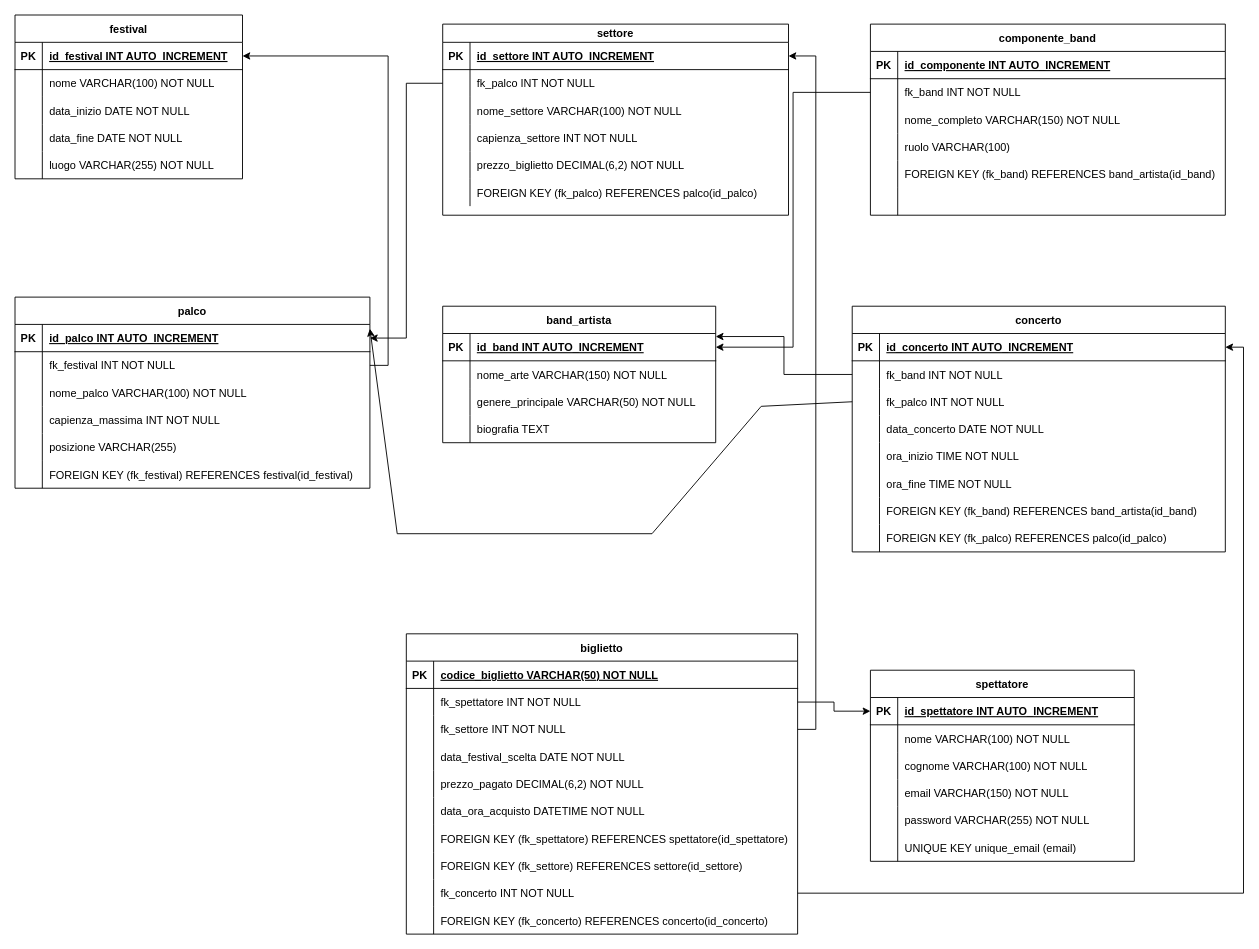
Before: page "Diagramma_Logico" (2 of 2) of doc/Analisi/Diagramma_Logico_MusicDB.drawio in SuperMauro1966/Statistiche-Artisti, a draw.io diagram. Source tidied: cells renumbered, new cells numbered last; positions are measured from the earlier drawing's top-left corner, leaving out a move shared by most shapes. Both pictures are drawn from the tidied source at 91%, with x=0, y=0 at pixel (15, 15).
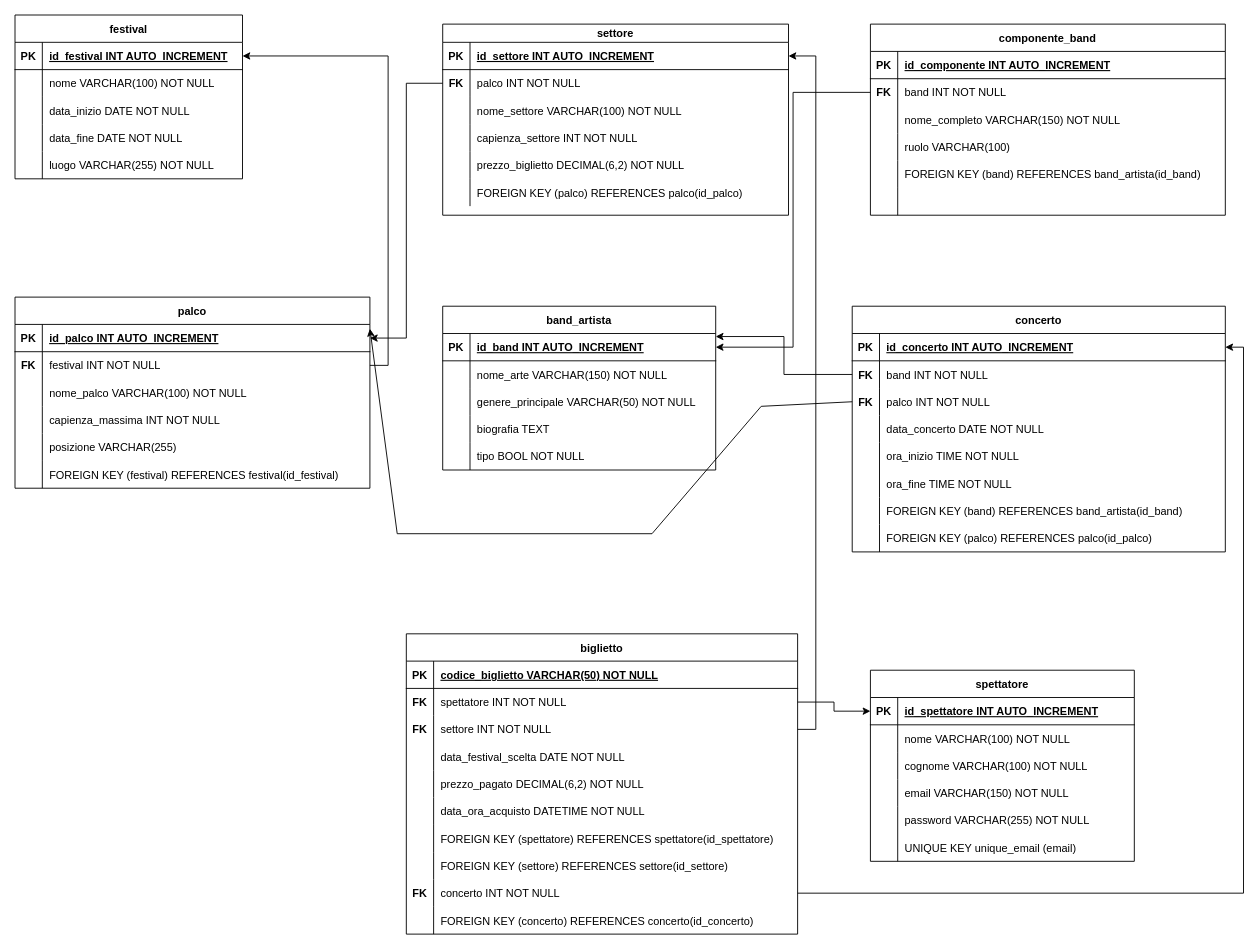
The same page after the edit.

Commit message:
Aggiornamento Diagramma

The change refers to these unchanged cells:
```xml
<mxCell id="22" style="shape=tableRow;horizontal=0;startSize=0;swimlaneHead=0;swimlaneBody=0;fillColor=none;points=[[0,0.5],[1,0.5]];portConstraint=eastwest;strokeColor=inherit;top=0;left=0;right=0;bottom=0;" parent="18" vertex="1">
  <mxGeometry y="60" width="390" height="30" as="geometry" />
</mxCell>
<mxCell id="34" style="shape=tableRow;horizontal=0;startSize=0;swimlaneHead=0;swimlaneBody=0;fillColor=none;strokeColor=inherit;top=0;left=0;right=0;bottom=0;" parent="18" vertex="1">
  <mxGeometry y="180" width="390" height="30" as="geometry" />
</mxCell>
<mxCell id="41" style="shape=tableRow;horizontal=0;startSize=0;swimlaneHead=0;swimlaneBody=0;fillColor=none;points=[[0,0.5],[1,0.5]];portConstraint=eastwest;strokeColor=inherit;top=0;left=0;right=0;bottom=0;" parent="37" vertex="1">
  <mxGeometry y="50" width="380" height="30" as="geometry" />
</mxCell>
<mxCell id="53" style="shape=tableRow;horizontal=0;startSize=0;swimlaneHead=0;swimlaneBody=0;fillColor=none;strokeColor=inherit;top=0;left=0;right=0;bottom=0;" parent="37" vertex="1">
  <mxGeometry y="170" width="380" height="30" as="geometry" />
</mxCell>
<mxCell id="73" style="shape=tableRow;horizontal=0;startSize=0;swimlaneHead=0;swimlaneBody=0;fillColor=none;points=[[0,0.5],[1,0.5]];portConstraint=eastwest;strokeColor=inherit;top=0;left=0;right=0;bottom=0;" parent="69" vertex="1">
  <mxGeometry y="60" width="390" height="30" as="geometry" />
</mxCell>
<mxCell id="82" style="shape=tableRow;horizontal=0;startSize=0;swimlaneHead=0;swimlaneBody=0;fillColor=none;strokeColor=inherit;top=0;left=0;right=0;bottom=0;" parent="69" vertex="1">
  <mxGeometry y="150" width="390" height="30" as="geometry" />
</mxCell>
<mxCell id="92" style="shape=tableRow;horizontal=0;startSize=0;swimlaneHead=0;swimlaneBody=0;fillColor=none;points=[[0,0.5],[1,0.5]];portConstraint=eastwest;strokeColor=inherit;top=0;left=0;right=0;bottom=0;" parent="88" vertex="1">
  <mxGeometry y="60" width="410" height="30" as="geometry" />
</mxCell>
<mxCell id="95" style="shape=tableRow;horizontal=0;startSize=0;swimlaneHead=0;swimlaneBody=0;fillColor=none;points=[[0,0.5],[1,0.5]];portConstraint=eastwest;strokeColor=inherit;top=0;left=0;right=0;bottom=0;" parent="88" vertex="1">
  <mxGeometry y="90" width="410" height="30" as="geometry" />
</mxCell>
<mxCell id="107" style="shape=tableRow;horizontal=0;startSize=0;swimlaneHead=0;swimlaneBody=0;fillColor=none;strokeColor=inherit;top=0;left=0;right=0;bottom=0;" parent="88" vertex="1">
  <mxGeometry y="210" width="410" height="30" as="geometry" />
</mxCell>
<mxCell id="110" style="shape=tableRow;horizontal=0;startSize=0;swimlaneHead=0;swimlaneBody=0;fillColor=none;strokeColor=inherit;top=0;left=0;right=0;bottom=0;" parent="88" vertex="1">
  <mxGeometry y="240" width="410" height="30" as="geometry" />
</mxCell>
<mxCell id="136" style="shape=tableRow;horizontal=0;startSize=0;swimlaneHead=0;swimlaneBody=0;fillColor=none;points=[[0,0.5],[1,0.5]];portConstraint=eastwest;strokeColor=inherit;top=0;left=0;right=0;bottom=0;" parent="132" vertex="1">
  <mxGeometry y="60" width="430" height="30" as="geometry" />
</mxCell>
<mxCell id="139" style="shape=tableRow;horizontal=0;startSize=0;swimlaneHead=0;swimlaneBody=0;fillColor=none;points=[[0,0.5],[1,0.5]];portConstraint=eastwest;strokeColor=inherit;top=0;left=0;right=0;bottom=0;" parent="132" vertex="1">
  <mxGeometry y="90" width="430" height="30" as="geometry" />
</mxCell>
<mxCell id="151" style="shape=tableRow;horizontal=0;startSize=0;swimlaneHead=0;swimlaneBody=0;fillColor=none;strokeColor=inherit;top=0;left=0;right=0;bottom=0;" parent="132" vertex="1">
  <mxGeometry y="210" width="430" height="30" as="geometry" />
</mxCell>
<mxCell id="154" style="shape=tableRow;horizontal=0;startSize=0;swimlaneHead=0;swimlaneBody=0;fillColor=none;strokeColor=inherit;top=0;left=0;right=0;bottom=0;" parent="132" vertex="1">
  <mxGeometry y="240" width="430" height="30" as="geometry" />
</mxCell>
<mxCell id="157" style="shape=tableRow;horizontal=0;startSize=0;swimlaneHead=0;swimlaneBody=0;fillColor=none;points=[[0,0.5],[1,0.5]];portConstraint=eastwest;top=0;left=0;right=0;bottom=0;" parent="132" vertex="1">
  <mxGeometry y="270" width="430" height="30" as="geometry" />
</mxCell>
<mxCell id="160" style="shape=tableRow;horizontal=0;startSize=0;swimlaneHead=0;swimlaneBody=0;fillColor=none;top=0;left=0;right=0;bottom=0;" parent="132" vertex="1">
  <mxGeometry y="300" width="430" height="30" as="geometry" />
</mxCell>
```

Change to the diagram source:
```diff
@@
-    <mxCell id="24" value="fk_festival INT NOT NULL" style="shape=partialRectangle;overflow=hidden;fillColor=none;align=left;strokeColor=inherit;top=0;left=0;bottom=0;right=0;spacingLeft=6;" parent="22" vertex="1">
+    <mxCell id="24" value="festival INT NOT NULL" style="shape=partialRectangle;overflow=hidden;fillColor=none;align=left;strokeColor=inherit;top=0;left=0;bottom=0;right=0;spacingLeft=6;" parent="22" vertex="1">
       <mxGeometry x="30" width="360" height="30" as="geometry" />
     </mxCell>
@@
-    <mxCell id="36" value="FOREIGN KEY (fk_festival) REFERENCES festival(id_festival)" style="shape=partialRectangle;overflow=hidden;fillColor=none;align=left;strokeColor=inherit;top=0;left=0;bottom=0;right=0;spacingLeft=6;" parent="34" vertex="1">
+    <mxCell id="36" value="FOREIGN KEY (festival) REFERENCES festival(id_festival)" style="shape=partialRectangle;overflow=hidden;fillColor=none;align=left;strokeColor=inherit;top=0;left=0;bottom=0;right=0;spacingLeft=6;" parent="34" vertex="1">
       <mxGeometry x="30" width="360" height="30" as="geometry" />
     </mxCell>
@@
-    <mxCell id="43" value="fk_palco INT NOT NULL" style="shape=partialRectangle;overflow=hidden;fillColor=none;align=left;strokeColor=inherit;top=0;left=0;bottom=0;right=0;spacingLeft=6;" parent="41" vertex="1">
+    <mxCell id="43" value="palco INT NOT NULL" style="shape=partialRectangle;overflow=hidden;fillColor=none;align=left;strokeColor=inherit;top=0;left=0;bottom=0;right=0;spacingLeft=6;" parent="41" vertex="1">
       <mxGeometry x="30" width="350" height="30" as="geometry" />
     </mxCell>
@@
-    <mxCell id="55" value="FOREIGN KEY (fk_palco) REFERENCES palco(id_palco)" style="shape=partialRectangle;overflow=hidden;fillColor=none;align=left;strokeColor=inherit;top=0;left=0;bottom=0;right=0;spacingLeft=6;" parent="53" vertex="1">
+    <mxCell id="55" value="FOREIGN KEY (palco) REFERENCES palco(id_palco)" style="shape=partialRectangle;overflow=hidden;fillColor=none;align=left;strokeColor=inherit;top=0;left=0;bottom=0;right=0;spacingLeft=6;" parent="53" vertex="1">
       <mxGeometry x="30" width="350" height="30" as="geometry" />
     </mxCell>
     <mxCell id="56" value="band_artista" style="shape=table;startSize=30;childLayout=tableLayout;rowLines=0;fontStyle=1;align=center;" parent="1" vertex="1">
-      <mxGeometry x="470" y="320" width="300" height="150" as="geometry" />
+      <mxGeometry x="470" y="320" width="300" height="180" as="geometry" />
     </mxCell>
@@
+    <mxCell id="171" style="shape=tableRow;horizontal=0;startSize=0;swimlaneHead=0;swimlaneBody=0;fillColor=none;top=0;left=0;right=0;bottom=0;" parent="56" vertex="1">
+      <mxGeometry y="150" width="300" height="30" as="geometry" />
+    </mxCell>
+    <mxCell id="172" style="shape=partialRectangle;fillColor=none;top=0;left=0;bottom=0;right=0;overflow=hidden;" parent="171" vertex="1">
+      <mxGeometry width="30" height="30" as="geometry" />
+    </mxCell>
+    <mxCell id="173" value="tipo BOOL NOT NULL" style="shape=partialRectangle;fillColor=none;top=0;left=0;bottom=0;right=0;align=left;spacingLeft=6;overflow=hidden;" parent="171" vertex="1">
+      <mxGeometry x="30" width="270" height="30" as="geometry" />
+    </mxCell>
@@
-    <mxCell id="75" value="fk_band INT NOT NULL" style="shape=partialRectangle;overflow=hidden;fillColor=none;align=left;strokeColor=inherit;top=0;left=0;bottom=0;right=0;spacingLeft=6;" parent="73" vertex="1">
+    <mxCell id="75" value="band INT NOT NULL" style="shape=partialRectangle;overflow=hidden;fillColor=none;align=left;strokeColor=inherit;top=0;left=0;bottom=0;right=0;spacingLeft=6;" parent="73" vertex="1">
       <mxGeometry x="30" width="360" height="30" as="geometry" />
     </mxCell>
@@
-    <mxCell id="84" value="FOREIGN KEY (fk_band) REFERENCES band_artista(id_band)" style="shape=partialRectangle;overflow=hidden;fillColor=none;align=left;strokeColor=inherit;top=0;left=0;bottom=0;right=0;spacingLeft=6;" parent="82" vertex="1">
+    <mxCell id="84" value="FOREIGN KEY (band) REFERENCES band_artista(id_band)" style="shape=partialRectangle;overflow=hidden;fillColor=none;align=left;strokeColor=inherit;top=0;left=0;bottom=0;right=0;spacingLeft=6;" parent="82" vertex="1">
       <mxGeometry x="30" width="360" height="30" as="geometry" />
     </mxCell>
@@
-    <mxCell id="94" value="fk_band INT NOT NULL" style="shape=partialRectangle;overflow=hidden;fillColor=none;align=left;strokeColor=inherit;top=0;left=0;bottom=0;right=0;spacingLeft=6;" parent="92" vertex="1">
+    <mxCell id="94" value="band INT NOT NULL" style="shape=partialRectangle;overflow=hidden;fillColor=none;align=left;strokeColor=inherit;top=0;left=0;bottom=0;right=0;spacingLeft=6;" parent="92" vertex="1">
       <mxGeometry x="30" width="380" height="30" as="geometry" />
     </mxCell>
@@
-    <mxCell id="97" value="fk_palco INT NOT NULL" style="shape=partialRectangle;overflow=hidden;fillColor=none;align=left;strokeColor=inherit;top=0;left=0;bottom=0;right=0;spacingLeft=6;" parent="95" vertex="1">
+    <mxCell id="97" value="palco INT NOT NULL" style="shape=partialRectangle;overflow=hidden;fillColor=none;align=left;strokeColor=inherit;top=0;left=0;bottom=0;right=0;spacingLeft=6;" parent="95" vertex="1">
       <mxGeometry x="30" width="380" height="30" as="geometry" />
     </mxCell>
@@
-    <mxCell id="109" value="FOREIGN KEY (fk_band) REFERENCES band_artista(id_band)" style="shape=partialRectangle;overflow=hidden;fillColor=none;align=left;strokeColor=inherit;top=0;left=0;bottom=0;right=0;spacingLeft=6;" parent="107" vertex="1">
+    <mxCell id="109" value="FOREIGN KEY (band) REFERENCES band_artista(id_band)" style="shape=partialRectangle;overflow=hidden;fillColor=none;align=left;strokeColor=inherit;top=0;left=0;bottom=0;right=0;spacingLeft=6;" parent="107" vertex="1">
       <mxGeometry x="30" width="380" height="30" as="geometry" />
     </mxCell>
@@
-    <mxCell id="112" value="FOREIGN KEY (fk_palco) REFERENCES palco(id_palco)" style="shape=partialRectangle;overflow=hidden;fillColor=none;align=left;strokeColor=inherit;top=0;left=0;bottom=0;right=0;spacingLeft=6;" parent="110" vertex="1">
+    <mxCell id="112" value="FOREIGN KEY (palco) REFERENCES palco(id_palco)" style="shape=partialRectangle;overflow=hidden;fillColor=none;align=left;strokeColor=inherit;top=0;left=0;bottom=0;right=0;spacingLeft=6;" parent="110" vertex="1">
       <mxGeometry x="30" width="380" height="30" as="geometry" />
     </mxCell>
@@
-    <mxCell id="138" value="fk_spettatore INT NOT NULL" style="shape=partialRectangle;overflow=hidden;fillColor=none;align=left;strokeColor=inherit;top=0;left=0;bottom=0;right=0;spacingLeft=6;" parent="136" vertex="1">
+    <mxCell id="138" value="spettatore INT NOT NULL" style="shape=partialRectangle;overflow=hidden;fillColor=none;align=left;strokeColor=inherit;top=0;left=0;bottom=0;right=0;spacingLeft=6;" parent="136" vertex="1">
       <mxGeometry x="30" width="400" height="30" as="geometry" />
     </mxCell>
@@
-    <mxCell id="141" value="fk_settore INT NOT NULL" style="shape=partialRectangle;overflow=hidden;fillColor=none;align=left;strokeColor=inherit;top=0;left=0;bottom=0;right=0;spacingLeft=6;" parent="139" vertex="1">
+    <mxCell id="141" value="settore INT NOT NULL" style="shape=partialRectangle;overflow=hidden;fillColor=none;align=left;strokeColor=inherit;top=0;left=0;bottom=0;right=0;spacingLeft=6;" parent="139" vertex="1">
       <mxGeometry x="30" width="400" height="30" as="geometry" />
     </mxCell>
@@
-    <mxCell id="153" value="FOREIGN KEY (fk_spettatore) REFERENCES spettatore(id_spettatore)" style="shape=partialRectangle;overflow=hidden;fillColor=none;align=left;strokeColor=inherit;top=0;left=0;bottom=0;right=0;spacingLeft=6;" parent="151" vertex="1">
+    <mxCell id="153" value="FOREIGN KEY (spettatore) REFERENCES spettatore(id_spettatore)" style="shape=partialRectangle;overflow=hidden;fillColor=none;align=left;strokeColor=inherit;top=0;left=0;bottom=0;right=0;spacingLeft=6;" parent="151" vertex="1">
       <mxGeometry x="30" width="400" height="30" as="geometry" />
     </mxCell>
@@
-    <mxCell id="156" value="FOREIGN KEY (fk_settore) REFERENCES settore(id_settore)" style="shape=partialRectangle;overflow=hidden;fillColor=none;align=left;strokeColor=inherit;top=0;left=0;bottom=0;right=0;spacingLeft=6;" parent="154" vertex="1">
+    <mxCell id="156" value="FOREIGN KEY (settore) REFERENCES settore(id_settore)" style="shape=partialRectangle;overflow=hidden;fillColor=none;align=left;strokeColor=inherit;top=0;left=0;bottom=0;right=0;spacingLeft=6;" parent="154" vertex="1">
       <mxGeometry x="30" width="400" height="30" as="geometry" />
     </mxCell>
@@
-    <mxCell id="159" value="fk_concerto INT NOT NULL" style="shape=partialRectangle;fillColor=none;top=0;left=0;bottom=0;right=0;align=left;spacingLeft=6;overflow=hidden;" parent="157" vertex="1">
+    <mxCell id="159" value="concerto INT NOT NULL" style="shape=partialRectangle;fillColor=none;top=0;left=0;bottom=0;right=0;align=left;spacingLeft=6;overflow=hidden;" parent="157" vertex="1">
       <mxGeometry x="30" width="400" height="30" as="geometry" />
     </mxCell>
@@
-    <mxCell id="162" value="FOREIGN KEY (fk_concerto) REFERENCES concerto(id_concerto)" style="shape=partialRectangle;fillColor=none;top=0;left=0;bottom=0;right=0;align=left;spacingLeft=6;overflow=hidden;" parent="160" vertex="1">
+    <mxCell id="162" value="FOREIGN KEY (concerto) REFERENCES concerto(id_concerto)" style="shape=partialRectangle;fillColor=none;top=0;left=0;bottom=0;right=0;align=left;spacingLeft=6;overflow=hidden;" parent="160" vertex="1">
       <mxGeometry x="30" width="400" height="30" as="geometry" />
     </mxCell>
@@
+    <mxCell id="174" value="FK" style="shape=partialRectangle;overflow=hidden;fillColor=none;strokeColor=inherit;top=0;left=0;bottom=0;right=0;fontStyle=1;" parent="1" vertex="1">
+      <mxGeometry x="470" y="60" width="30" height="30" as="geometry" />
+    </mxCell>
+    <mxCell id="175" value="FK" style="shape=partialRectangle;overflow=hidden;fillColor=none;strokeColor=inherit;top=0;left=0;bottom=0;right=0;fontStyle=1;" parent="1" vertex="1">
+      <mxGeometry x="940" y="70" width="30" height="30" as="geometry" />
+    </mxCell>
+    <mxCell id="176" value="FK" style="shape=partialRectangle;overflow=hidden;fillColor=none;strokeColor=inherit;top=0;left=0;bottom=0;right=0;fontStyle=1;" parent="1" vertex="1">
+      <mxGeometry x="920" y="380" width="30" height="30" as="geometry" />
+    </mxCell>
+    <mxCell id="177" value="FK" style="shape=partialRectangle;overflow=hidden;fillColor=none;strokeColor=inherit;top=0;left=0;bottom=0;right=0;fontStyle=1;" parent="1" vertex="1">
+      <mxGeometry x="920" y="410" width="30" height="30" as="geometry" />
+    </mxCell>
+    <mxCell id="178" value="FK" style="shape=partialRectangle;overflow=hidden;fillColor=none;strokeColor=inherit;top=0;left=0;bottom=0;right=0;fontStyle=1;" parent="1" vertex="1">
+      <mxGeometry y="370" width="30" height="30" as="geometry" />
+    </mxCell>
+    <mxCell id="179" value="FK" style="shape=partialRectangle;overflow=hidden;fillColor=none;strokeColor=inherit;top=0;left=0;bottom=0;right=0;fontStyle=1;" parent="1" vertex="1">
+      <mxGeometry x="430" y="740" width="30" height="30" as="geometry" />
+    </mxCell>
+    <mxCell id="180" value="FK" style="shape=partialRectangle;overflow=hidden;fillColor=none;strokeColor=inherit;top=0;left=0;bottom=0;right=0;fontStyle=1;" parent="1" vertex="1">
+      <mxGeometry x="430" y="770" width="30" height="30" as="geometry" />
+    </mxCell>
+    <mxCell id="181" value="FK" style="shape=partialRectangle;overflow=hidden;fillColor=none;strokeColor=inherit;top=0;left=0;bottom=0;right=0;fontStyle=1;" parent="1" vertex="1">
+      <mxGeometry x="430" y="950" width="30" height="30" as="geometry" />
+    </mxCell>
```
